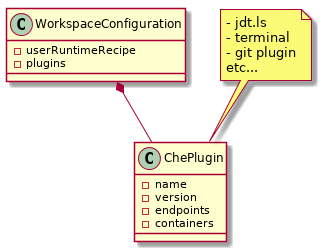
Above: wsnext/simplermodel.png in l0rd/blog-files (PlantUML), before the change.
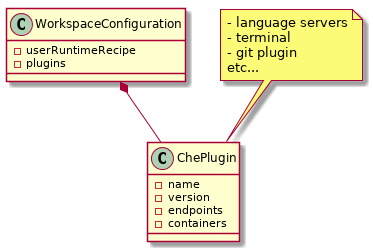
The same diagram one commit later.

Commit message:
ws.next - Update simpler model plugins examples

The edit, as a diff of the source:
```diff
@@ -15,7 +15,7 @@
 WorkspaceConfiguration *-- ChePlugin
 
 note as pluginnote
- - jdt.ls
+ - language servers
  - terminal
  - git plugin
  etc...
```
